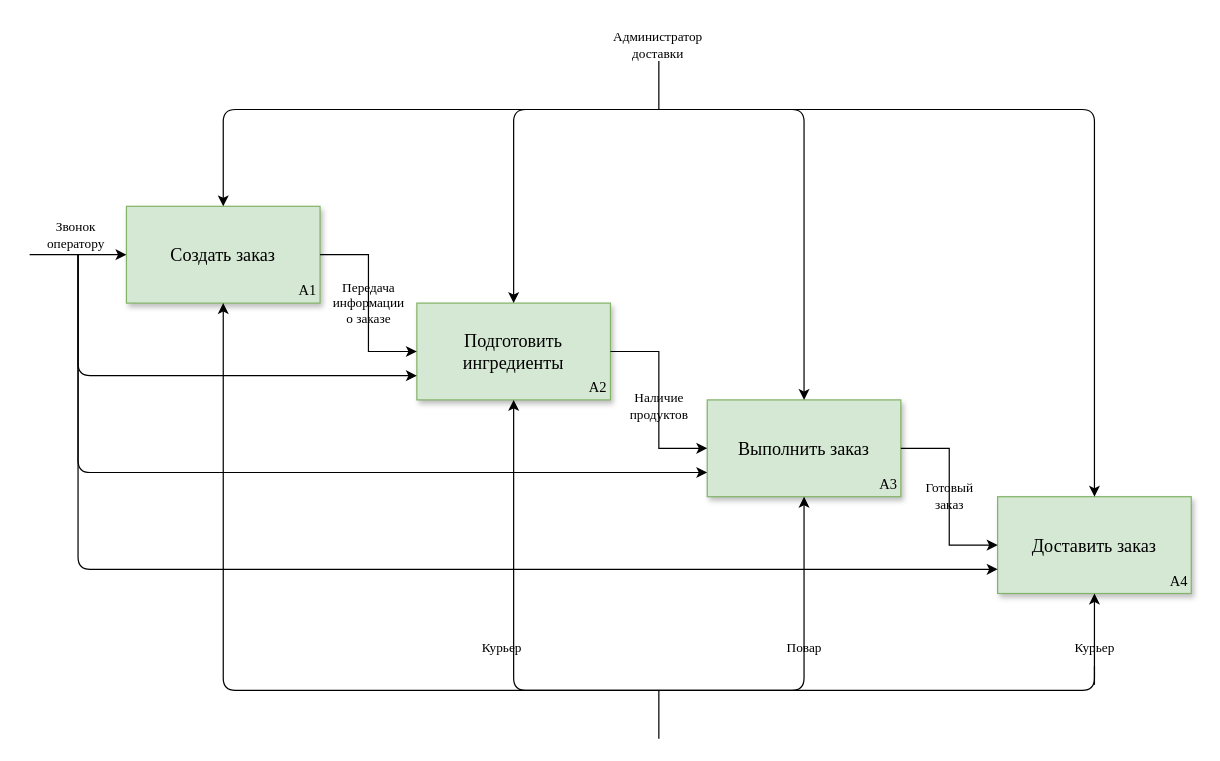
Above: Диаграмма доставки суши.drawio in Karidess/Idef_diagramma (draw.io), before the change. Source tidied: cells renumbered, new cells numbered last; positions are measured from the earlier drawing's top-left corner, leaving out a move shared by most shapes. Both pictures are drawn from the tidied source at 121%, with x=0, y=0 at pixel (29, 21).
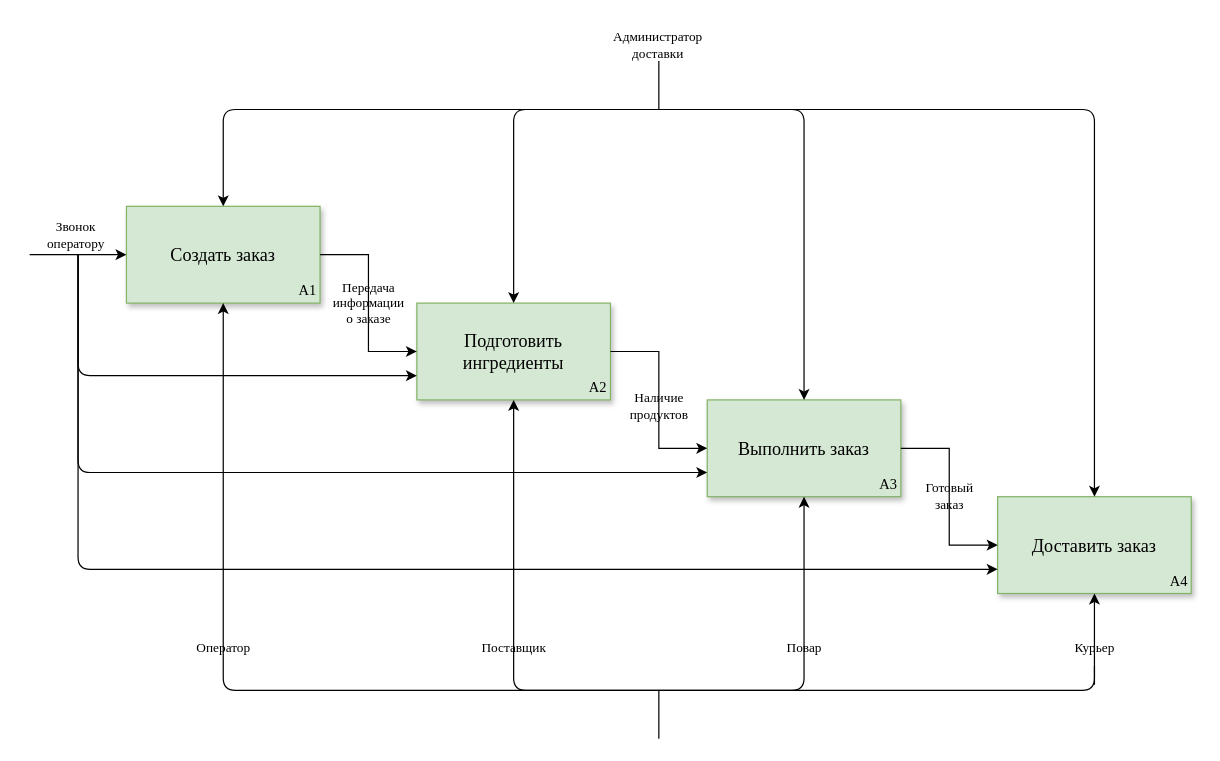
The same page after the edit.

The edit, as a diff of the source:
```diff
@@
-    <mxCell id="31" value="Курьер" style="text;html=1;align=center;verticalAlign=middle;strokeColor=none;fillColor=none;fontSize=11;fontFamily=Times New Roman;" parent="1" vertex="1">
-      <mxGeometry x="360" y="503" width="60" height="30" as="geometry" />
+    <mxCell id="31" value="Поставщик" style="text;html=1;align=center;verticalAlign=middle;strokeColor=none;fillColor=none;fontSize=11;fontFamily=Times New Roman;" parent="1" vertex="1">
+      <mxGeometry x="360" y="503" width="80" height="30" as="geometry" />
     </mxCell>
+    <mxCell id="32" value="Оператор" style="text;html=1;align=center;verticalAlign=middle;strokeColor=none;fillColor=none;fontSize=11;fontFamily=Times New Roman;" parent="1" vertex="1">
+      <mxGeometry x="125" y="503" width="70" height="30" as="geometry" />
+    </mxCell>
```
